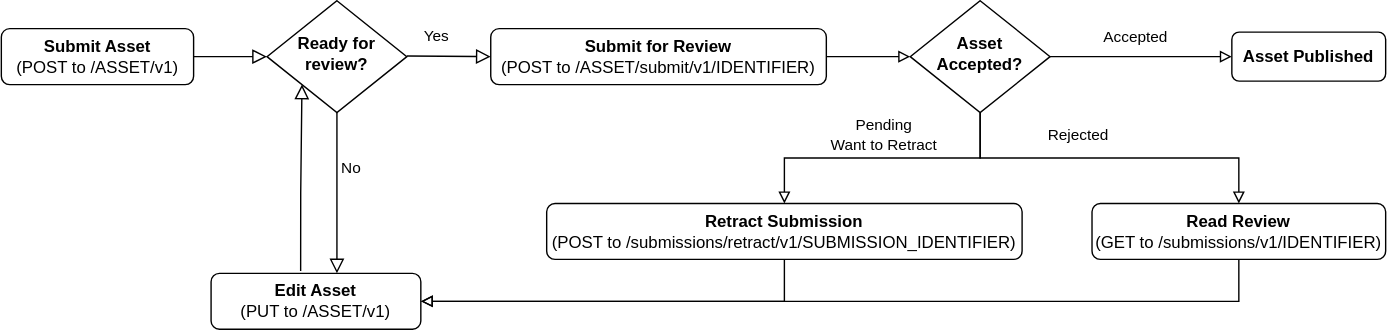
crocmons/AIOD-rest-api keeps this draw.io diagram as docs/media/upload_and_review.svg. Above is the earlier version. Source tidied: cells renumbered, new cells last; positions are measured from the earlier drawing's top-left corner, leaving out a move shared by most shapes. Source of this version:
```xml
<mxGraphModel>
  <root>
    <mxCell id="0" />
    <mxCell id="1" parent="0" />
    <mxCell id="2" style="rounded=0;html=1;jettySize=auto;fontSize=11;endArrow=block;endFill=0;endSize=8;strokeWidth=1;shadow=0;labelBackgroundColor=none;edgeStyle=orthogonalEdgeStyle;" parent="1" edge="1" source="3" target="5">
      <mxGeometry relative="1" as="geometry" />
    </mxCell>
    <mxCell id="3" value="&lt;b&gt;Submit Asset&lt;/b&gt;&lt;div&gt;(POST to&amp;nbsp;/ASSET/v1)&lt;/div&gt;" style="rounded=1;whiteSpace=wrap;html=1;fontSize=12;glass=0;strokeWidth=1;shadow=0;" parent="1" vertex="1">
      <mxGeometry y="20" width="137.5" height="40" as="geometry" />
    </mxCell>
    <mxCell id="4" value="No" style="edgeStyle=orthogonalEdgeStyle;rounded=0;html=1;jettySize=auto;orthogonalLoop=1;fontSize=11;endArrow=block;endFill=0;endSize=8;strokeWidth=1;shadow=0;labelBackgroundColor=none;" parent="1" edge="1">
      <mxGeometry y="10" relative="1" as="geometry">
        <mxPoint x="260" y="64" as="sourcePoint" />
        <mxPoint x="240" y="195" as="targetPoint" />
        <Array as="points">
          <mxPoint x="240" y="64" />
        </Array>
      </mxGeometry>
    </mxCell>
    <mxCell id="5" value="&lt;b&gt;Ready for review?&lt;/b&gt;" style="rhombus;whiteSpace=wrap;html=1;shadow=0;fontFamily=Helvetica;fontSize=12;align=center;strokeWidth=1;spacing=6;spacingTop=-4;" parent="1" vertex="1">
      <mxGeometry x="190" width="100" height="80" as="geometry" />
    </mxCell>
    <mxCell id="6" value="&lt;b&gt;Edit Asset&lt;/b&gt;&lt;div&gt;(PUT to&amp;nbsp;/ASSET/v1)&lt;/div&gt;" style="rounded=1;whiteSpace=wrap;html=1;fontSize=12;glass=0;strokeWidth=1;shadow=0;" parent="1" vertex="1">
      <mxGeometry x="150" y="195" width="150" height="40" as="geometry" />
    </mxCell>
    <mxCell id="7" style="rounded=0;html=1;jettySize=auto;fontSize=11;endArrow=block;endFill=0;endSize=8;strokeWidth=1;shadow=0;labelBackgroundColor=none;edgeStyle=orthogonalEdgeStyle;entryX=0;entryY=1;entryDx=0;entryDy=0;exitX=0.427;exitY=-0.043;exitDx=0;exitDy=0;exitPerimeter=0;" parent="1" edge="1" source="6" target="5">
      <mxGeometry relative="1" as="geometry" />
    </mxCell>
    <mxCell id="8" value="&lt;b&gt;Submit for Review&lt;/b&gt;&lt;div&gt;(POST to /ASSET/submit/v1/IDENTIFIER)&lt;/div&gt;" style="rounded=1;whiteSpace=wrap;html=1;fontSize=12;glass=0;strokeWidth=1;shadow=0;" parent="1" vertex="1">
      <mxGeometry x="350" y="20" width="240" height="40" as="geometry" />
    </mxCell>
    <mxCell id="9" style="rounded=0;html=1;jettySize=auto;fontSize=11;endArrow=block;endFill=0;endSize=8;strokeWidth=1;shadow=0;labelBackgroundColor=none;edgeStyle=orthogonalEdgeStyle;entryX=0;entryY=0.5;entryDx=0;entryDy=0;" parent="1" edge="1" target="8">
      <mxGeometry relative="1" as="geometry">
        <mxPoint x="290" y="39.5" as="sourcePoint" />
      </mxGeometry>
    </mxCell>
    <mxCell id="10" value="Yes" style="edgeLabel;html=1;align=center;verticalAlign=middle;" parent="9" vertex="1">
      <mxGeometry x="-0.33" y="2" relative="1" as="geometry">
        <mxPoint y="-13" as="offset" />
      </mxGeometry>
    </mxCell>
    <mxCell id="11" style="edgeStyle=orthogonalEdgeStyle;rounded=0;jettySize=auto;html=1;exitX=0.5;exitY=1;exitDx=0;exitDy=0;entryX=0.5;entryY=0;entryDx=0;entryDy=0;endArrow=block;endFill=0;" parent="1" edge="1" source="17" target="23">
      <mxGeometry relative="1" as="geometry" />
    </mxCell>
    <mxCell id="12" value="Pending&lt;div&gt;Want to Retract&lt;/div&gt;" style="edgeLabel;html=1;align=center;verticalAlign=middle;" parent="11" vertex="1">
      <mxGeometry x="0.24" relative="1" as="geometry">
        <mxPoint x="25" y="-17" as="offset" />
      </mxGeometry>
    </mxCell>
    <mxCell id="13" style="edgeStyle=orthogonalEdgeStyle;rounded=0;jettySize=auto;html=1;exitX=0.5;exitY=1;exitDx=0;exitDy=0;entryX=0.5;entryY=0;entryDx=0;entryDy=0;endArrow=block;endFill=0;" parent="1" edge="1" source="17" target="20">
      <mxGeometry relative="1" as="geometry" />
    </mxCell>
    <mxCell id="14" value="Rejected" style="edgeLabel;html=1;align=center;verticalAlign=middle;" parent="13" vertex="1">
      <mxGeometry x="-0.19" y="3" relative="1" as="geometry">
        <mxPoint y="-14" as="offset" />
      </mxGeometry>
    </mxCell>
    <mxCell id="15" style="edgeStyle=orthogonalEdgeStyle;rounded=0;jettySize=auto;html=1;exitX=1;exitY=0.5;exitDx=0;exitDy=0;entryX=0;entryY=0.5;entryDx=0;entryDy=0;endArrow=block;endFill=0;" parent="1" edge="1" source="17" target="21">
      <mxGeometry relative="1" as="geometry" />
    </mxCell>
    <mxCell id="16" value="Accepted" style="edgeLabel;html=1;align=center;verticalAlign=middle;" parent="15" vertex="1">
      <mxGeometry x="-0.29" y="2" relative="1" as="geometry">
        <mxPoint x="14" y="-13" as="offset" />
      </mxGeometry>
    </mxCell>
    <mxCell id="17" value="&lt;b&gt;Asset&lt;/b&gt;&lt;div&gt;&lt;b&gt;Accepted?&lt;/b&gt;&lt;/div&gt;" style="rhombus;whiteSpace=wrap;html=1;shadow=0;fontFamily=Helvetica;fontSize=12;align=center;strokeWidth=1;spacing=6;spacingTop=-4;" parent="1" vertex="1">
      <mxGeometry x="650" width="100" height="80" as="geometry" />
    </mxCell>
    <mxCell id="18" style="edgeStyle=orthogonalEdgeStyle;rounded=0;jettySize=auto;html=1;exitX=1;exitY=0.5;exitDx=0;exitDy=0;endArrow=block;endFill=0;entryX=0;entryY=0.5;entryDx=0;entryDy=0;" parent="1" edge="1" source="8" target="17">
      <mxGeometry relative="1" as="geometry" />
    </mxCell>
    <mxCell id="19" style="edgeStyle=orthogonalEdgeStyle;rounded=0;jettySize=auto;html=1;exitX=0.5;exitY=1;exitDx=0;exitDy=0;entryX=1;entryY=0.5;entryDx=0;entryDy=0;endArrow=block;endFill=0;" parent="1" edge="1" source="20" target="6">
      <mxGeometry relative="1" as="geometry">
        <Array as="points">
          <mxPoint x="885" y="215" />
        </Array>
      </mxGeometry>
    </mxCell>
    <mxCell id="20" value="&lt;b&gt;Read Review&lt;/b&gt;&lt;div&gt;(GET to&amp;nbsp;/submissions/v1/IDENTIFIER)&lt;/div&gt;" style="rounded=1;whiteSpace=wrap;html=1;fontSize=12;glass=0;strokeWidth=1;shadow=0;" parent="1" vertex="1">
      <mxGeometry x="780" y="145" width="210" height="40" as="geometry" />
    </mxCell>
    <mxCell id="21" value="&lt;b&gt;Asset Published&lt;/b&gt;" style="rounded=1;whiteSpace=wrap;html=1;" parent="1" vertex="1">
      <mxGeometry x="880" y="22.5" width="110" height="35" as="geometry" />
    </mxCell>
    <mxCell id="22" style="edgeStyle=orthogonalEdgeStyle;rounded=0;jettySize=auto;html=1;exitX=0.5;exitY=1;exitDx=0;exitDy=0;entryX=1;entryY=0.5;entryDx=0;entryDy=0;endArrow=block;endFill=0;" parent="1" edge="1" source="23" target="6">
      <mxGeometry relative="1" as="geometry" />
    </mxCell>
    <mxCell id="23" value="&lt;b&gt;Retract Submission&lt;/b&gt;&lt;div&gt;(POST to&amp;nbsp;/submissions/retract/v1/SUBMISSION_IDENTIFIER)&lt;/div&gt;" style="rounded=1;whiteSpace=wrap;html=1;fontSize=12;glass=0;strokeWidth=1;shadow=0;" parent="1" vertex="1">
      <mxGeometry x="390" y="145" width="340" height="40" as="geometry" />
    </mxCell>
  </root>
</mxGraphModel>
```
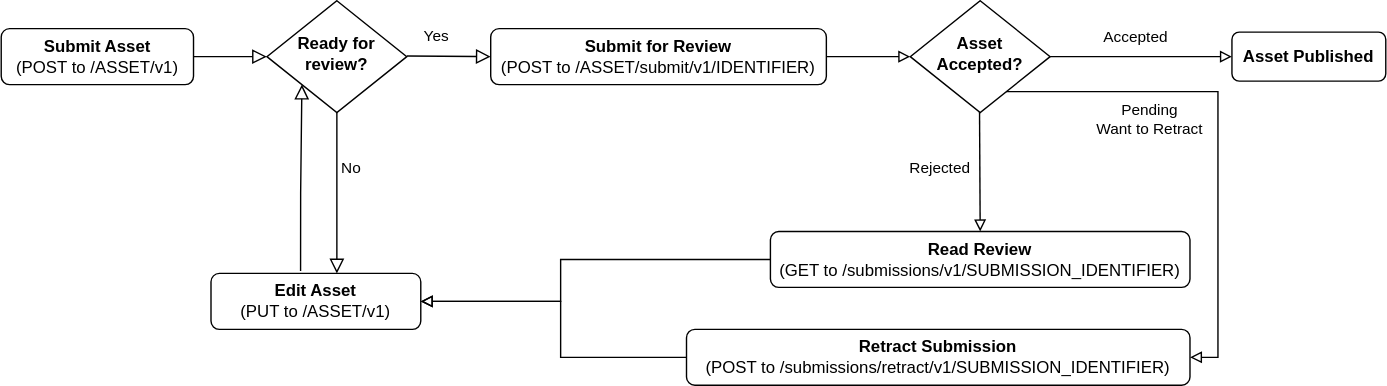
After the change.

Commit message:
Update diagram with correct URL

Change to the diagram source:
```diff
@@ -39,20 +39,28 @@
         <mxPoint y="-13" as="offset" />
       </mxGeometry>
     </mxCell>
-    <mxCell id="11" style="edgeStyle=orthogonalEdgeStyle;rounded=0;jettySize=auto;html=1;exitX=0.5;exitY=1;exitDx=0;exitDy=0;entryX=0.5;entryY=0;entryDx=0;entryDy=0;endArrow=block;endFill=0;" parent="1" edge="1" source="17" target="23">
-      <mxGeometry relative="1" as="geometry" />
+    <mxCell id="11" style="edgeStyle=orthogonalEdgeStyle;rounded=0;jettySize=auto;html=1;exitX=0.5;exitY=1;exitDx=0;exitDy=0;endArrow=block;endFill=0;entryX=1;entryY=0.5;entryDx=0;entryDy=0;" parent="1" edge="1" source="17" target="23">
+      <mxGeometry relative="1" as="geometry">
+        <Array as="points">
+          <mxPoint x="700" y="65" />
+          <mxPoint x="870" y="65" />
+          <mxPoint x="870" y="255" />
+        </Array>
+      </mxGeometry>
     </mxCell>
     <mxCell id="12" value="Pending&lt;div&gt;Want to Retract&lt;/div&gt;" style="edgeLabel;html=1;align=center;verticalAlign=middle;" parent="11" vertex="1">
       <mxGeometry x="0.24" relative="1" as="geometry">
-        <mxPoint x="25" y="-17" as="offset" />
+        <mxPoint x="-50" y="-42" as="offset" />
       </mxGeometry>
     </mxCell>
-    <mxCell id="13" style="edgeStyle=orthogonalEdgeStyle;rounded=0;jettySize=auto;html=1;exitX=0.5;exitY=1;exitDx=0;exitDy=0;entryX=0.5;entryY=0;entryDx=0;entryDy=0;endArrow=block;endFill=0;" parent="1" edge="1" source="17" target="20">
-      <mxGeometry relative="1" as="geometry" />
+    <mxCell id="13" style="edgeStyle=orthogonalEdgeStyle;rounded=0;jettySize=auto;html=1;endArrow=block;endFill=0;entryX=0.5;entryY=0;entryDx=0;entryDy=0;" parent="1" edge="1" target="20">
+      <mxGeometry relative="1" as="geometry">
+        <mxPoint x="699.5" y="75" as="sourcePoint" />
+      </mxGeometry>
     </mxCell>
     <mxCell id="14" value="Rejected" style="edgeLabel;html=1;align=center;verticalAlign=middle;" parent="13" vertex="1">
       <mxGeometry x="-0.19" y="3" relative="1" as="geometry">
-        <mxPoint y="-14" as="offset" />
+        <mxPoint x="-32" y="8" as="offset" />
       </mxGeometry>
     </mxCell>
     <mxCell id="15" style="edgeStyle=orthogonalEdgeStyle;rounded=0;jettySize=auto;html=1;exitX=1;exitY=0.5;exitDx=0;exitDy=0;entryX=0;entryY=0.5;entryDx=0;entryDy=0;endArrow=block;endFill=0;" parent="1" edge="1" source="17" target="21">
@@ -69,24 +77,30 @@
     <mxCell id="18" style="edgeStyle=orthogonalEdgeStyle;rounded=0;jettySize=auto;html=1;exitX=1;exitY=0.5;exitDx=0;exitDy=0;endArrow=block;endFill=0;entryX=0;entryY=0.5;entryDx=0;entryDy=0;" parent="1" edge="1" source="8" target="17">
       <mxGeometry relative="1" as="geometry" />
     </mxCell>
-    <mxCell id="19" style="edgeStyle=orthogonalEdgeStyle;rounded=0;jettySize=auto;html=1;exitX=0.5;exitY=1;exitDx=0;exitDy=0;entryX=1;entryY=0.5;entryDx=0;entryDy=0;endArrow=block;endFill=0;" parent="1" edge="1" source="20" target="6">
+    <mxCell id="19" style="edgeStyle=orthogonalEdgeStyle;rounded=0;jettySize=auto;html=1;exitX=0;exitY=0.5;exitDx=0;exitDy=0;endArrow=block;endFill=0;" parent="1" edge="1" source="20" target="6">
       <mxGeometry relative="1" as="geometry">
         <Array as="points">
-          <mxPoint x="885" y="215" />
+          <mxPoint x="400" y="185" />
+          <mxPoint x="400" y="215" />
         </Array>
       </mxGeometry>
     </mxCell>
-    <mxCell id="20" value="&lt;b&gt;Read Review&lt;/b&gt;&lt;div&gt;(GET to&amp;nbsp;/submissions/v1/IDENTIFIER)&lt;/div&gt;" style="rounded=1;whiteSpace=wrap;html=1;fontSize=12;glass=0;strokeWidth=1;shadow=0;" parent="1" vertex="1">
-      <mxGeometry x="780" y="145" width="210" height="40" as="geometry" />
+    <mxCell id="20" value="&lt;b&gt;Read Review&lt;/b&gt;&lt;div&gt;(GET to&amp;nbsp;/submissions/v1/SUBMISSION_IDENTIFIER)&lt;/div&gt;" style="rounded=1;whiteSpace=wrap;html=1;fontSize=12;glass=0;strokeWidth=1;shadow=0;" parent="1" vertex="1">
+      <mxGeometry x="550" y="165" width="300" height="40" as="geometry" />
     </mxCell>
     <mxCell id="21" value="&lt;b&gt;Asset Published&lt;/b&gt;" style="rounded=1;whiteSpace=wrap;html=1;" parent="1" vertex="1">
       <mxGeometry x="880" y="22.5" width="110" height="35" as="geometry" />
     </mxCell>
-    <mxCell id="22" style="edgeStyle=orthogonalEdgeStyle;rounded=0;jettySize=auto;html=1;exitX=0.5;exitY=1;exitDx=0;exitDy=0;entryX=1;entryY=0.5;entryDx=0;entryDy=0;endArrow=block;endFill=0;" parent="1" edge="1" source="23" target="6">
-      <mxGeometry relative="1" as="geometry" />
+    <mxCell id="22" style="edgeStyle=orthogonalEdgeStyle;rounded=0;jettySize=auto;html=1;exitX=0;exitY=0.5;exitDx=0;exitDy=0;entryX=1;entryY=0.5;entryDx=0;entryDy=0;endArrow=block;endFill=0;" parent="1" edge="1" source="23" target="6">
+      <mxGeometry relative="1" as="geometry">
+        <Array as="points">
+          <mxPoint x="400" y="255" />
+          <mxPoint x="400" y="215" />
+        </Array>
+      </mxGeometry>
     </mxCell>
     <mxCell id="23" value="&lt;b&gt;Retract Submission&lt;/b&gt;&lt;div&gt;(POST to&amp;nbsp;/submissions/retract/v1/SUBMISSION_IDENTIFIER)&lt;/div&gt;" style="rounded=1;whiteSpace=wrap;html=1;fontSize=12;glass=0;strokeWidth=1;shadow=0;" parent="1" vertex="1">
-      <mxGeometry x="390" y="145" width="340" height="40" as="geometry" />
+      <mxGeometry x="490" y="235" width="360" height="40" as="geometry" />
     </mxCell>
   </root>
 </mxGraphModel>
```
